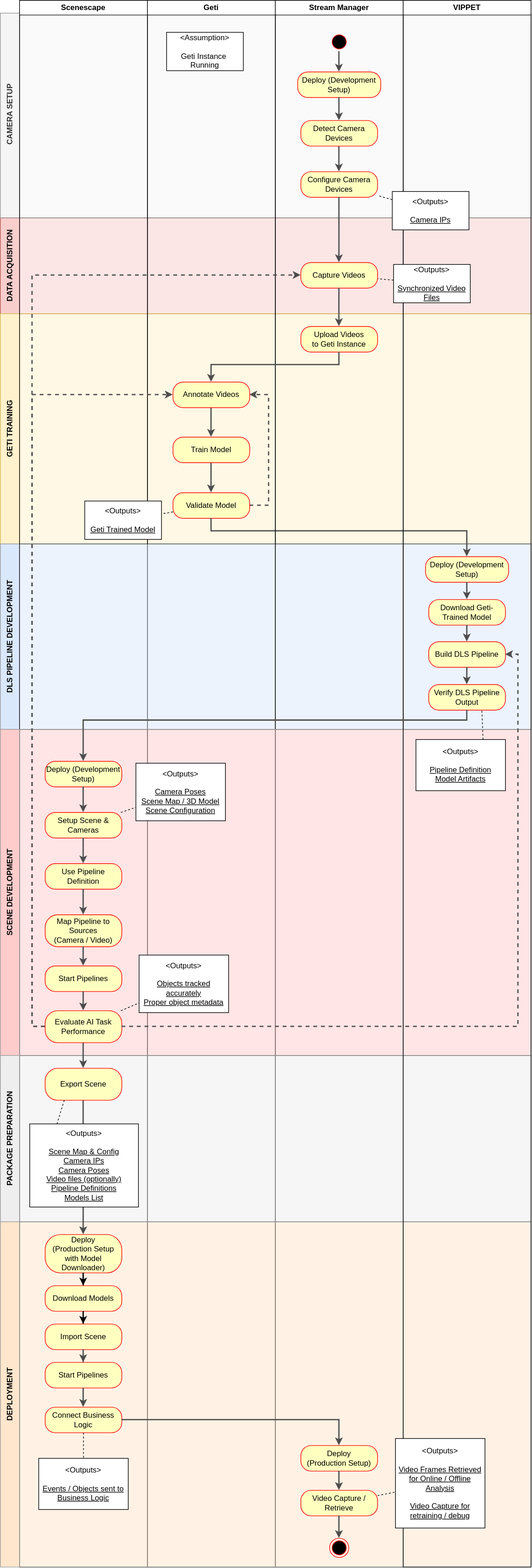
This is docs/design/assets/Scenescape_MLOps-Process_Model.drawio.svg from open-edge-platform/scenescape, a draw.io export, as it was before one commit. Source tidied: cells renumbered, new cells last; positions are measured from the earlier drawing's top-left corner, leaving out a move shared by most shapes.
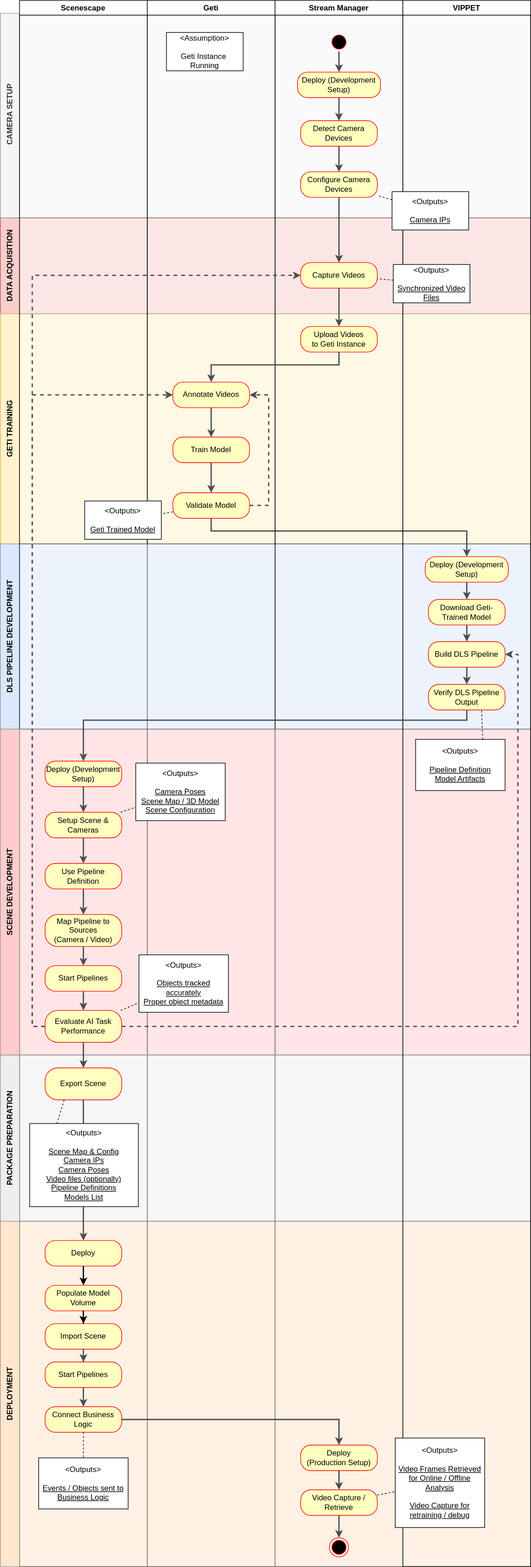
The same diagram one commit later.

Change to the diagram source:
```diff
@@ -195,8 +195,8 @@
     <mxCell id="56" style="edgeStyle=orthogonalEdgeStyle;rounded=0;jettySize=auto;html=1;strokeWidth=2;strokeColor=#4D4D4D;" parent="21" edge="1" source="54" target="55">
       <mxGeometry relative="1" as="geometry" />
     </mxCell>
-    <mxCell id="57" value="Deploy &lt;br&gt;(Production Setup with Model Downloader)" style="rounded=1;whiteSpace=wrap;html=1;arcSize=40;fontColor=#000000;fillColor=#ffffc0;strokeColor=#ff0000;" parent="21" vertex="1">
-      <mxGeometry x="-360" y="1930" width="120" height="60" as="geometry" />
+    <mxCell id="57" value="Deploy" style="rounded=1;whiteSpace=wrap;html=1;arcSize=40;fontColor=#000000;fillColor=#ffffc0;strokeColor=#ff0000;" parent="21" vertex="1">
+      <mxGeometry x="-360" y="1940" width="120" height="40" as="geometry" />
     </mxCell>
     <mxCell id="58" style="edgeStyle=orthogonalEdgeStyle;rounded=0;jettySize=auto;html=1;exitX=0.5;exitY=1;exitDx=0;exitDy=0;strokeWidth=2;" parent="21" edge="1" source="57" target="62">
       <mxGeometry relative="1" as="geometry" />
@@ -210,7 +210,7 @@
     <mxCell id="61" style="edgeStyle=orthogonalEdgeStyle;rounded=0;jettySize=auto;html=1;strokeWidth=2;strokeColor=#4D4D4D;" parent="21" edge="1" source="60" target="31">
       <mxGeometry relative="1" as="geometry" />
     </mxCell>
-    <mxCell id="62" value="Download Models" style="rounded=1;whiteSpace=wrap;html=1;arcSize=40;fontColor=#000000;fillColor=#ffffc0;strokeColor=#ff0000;" parent="21" vertex="1">
+    <mxCell id="62" value="Populate Model Volume" style="rounded=1;whiteSpace=wrap;html=1;arcSize=40;fontColor=#000000;fillColor=#ffffc0;strokeColor=#ff0000;" parent="21" vertex="1">
       <mxGeometry x="-360" y="2010" width="120" height="40" as="geometry" />
     </mxCell>
     <mxCell id="63" style="edgeStyle=orthogonalEdgeStyle;rounded=0;jettySize=auto;html=1;strokeWidth=2;" parent="21" edge="1" source="62" target="37">
```
